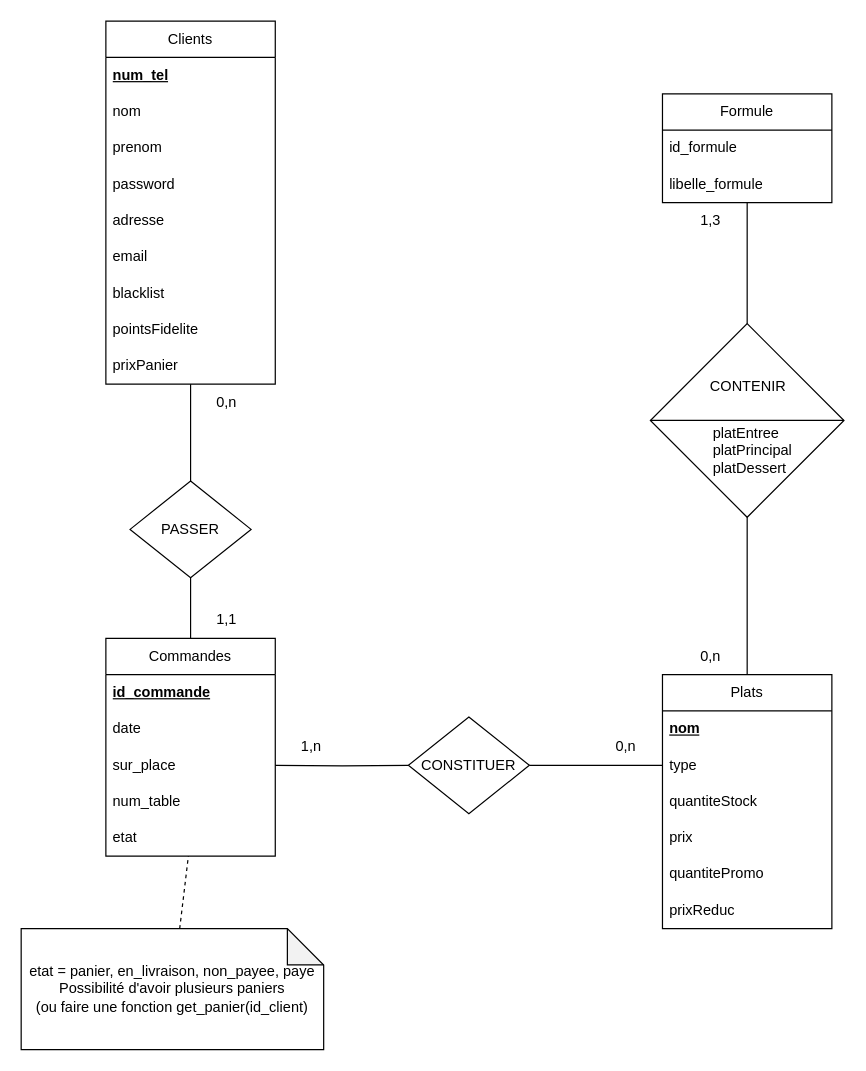
The draw.io diagram diagrammes/MCD/MCD_OUMAMI_V1.drawio in LeskGit/SAE_FI, before the edit. Source tidied: cells renumbered, new cells numbered last; positions are measured from the earlier drawing's top-left corner, leaving out a move shared by most shapes. Both pictures are drawn from the tidied source at 121%, with x=0, y=0 at pixel (21, 21).
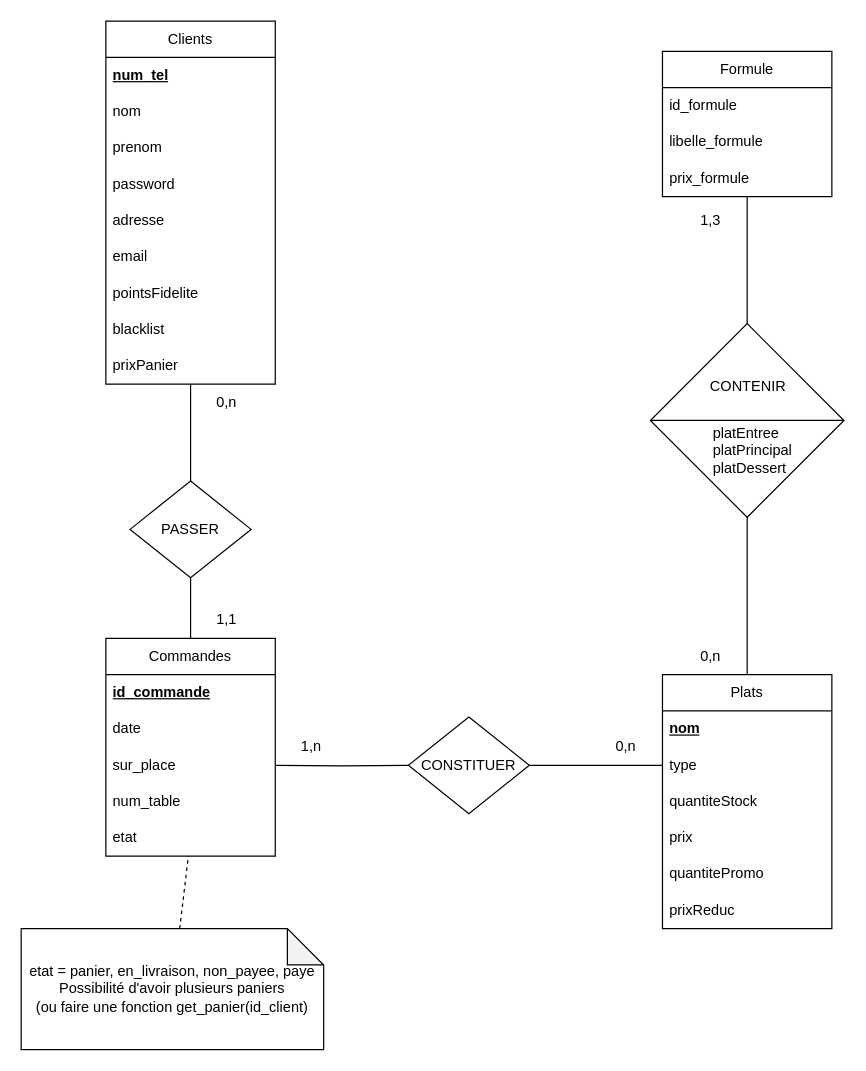
The same page after the edit.

Unchanged cells that the change refers to:
```xml
<mxCell id="2" value="Clients" style="swimlane;fontStyle=0;horizontal=1;startSize=30;whiteSpace=wrap;html=1;" parent="1" vertex="1">
  <mxGeometry x="70" width="140" height="300" as="geometry" />
</mxCell>
```

Diff of the diagram source:
```diff
@@
+    <mxCell id="10" value="pointsFidelite" style="text;strokeColor=none;fillColor=none;align=left;verticalAlign=middle;spacingLeft=4;spacingRight=4;overflow=hidden;whiteSpace=wrap;html=1;" parent="2" vertex="1">
+      <mxGeometry y="210" width="140" height="30" as="geometry" />
+    </mxCell>
     <mxCell id="9" value="blacklist" style="text;strokeColor=none;fillColor=none;align=left;verticalAlign=middle;spacingLeft=4;spacingRight=4;overflow=hidden;whiteSpace=wrap;html=1;" parent="2" vertex="1">
-      <mxGeometry y="210" width="140" height="30" as="geometry" />
+      <mxGeometry y="240" width="140" height="30" as="geometry" />
     </mxCell>
-    <mxCell id="10" value="pointsFidelite" style="text;strokeColor=none;fillColor=none;align=left;verticalAlign=middle;spacingLeft=4;spacingRight=4;overflow=hidden;whiteSpace=wrap;html=1;" parent="2" vertex="1">
-      <mxGeometry y="240" width="140" height="30" as="geometry" />
-    </mxCell>
@@
     <mxCell id="29" value="Formule" style="swimlane;fontStyle=0;horizontal=1;startSize=30;whiteSpace=wrap;html=1;" parent="1" vertex="1">
-      <mxGeometry x="530" y="60" width="140" height="90" as="geometry" />
+      <mxGeometry x="530" y="25" width="140" height="120" as="geometry" />
     </mxCell>
@@
+    <mxCell id="46" value="prix_formule" style="text;strokeColor=none;fillColor=none;align=left;verticalAlign=middle;spacingLeft=4;spacingRight=4;overflow=hidden;whiteSpace=wrap;html=1;" parent="29" vertex="1">
+      <mxGeometry y="90" width="140" height="30" as="geometry" />
+    </mxCell>
```
